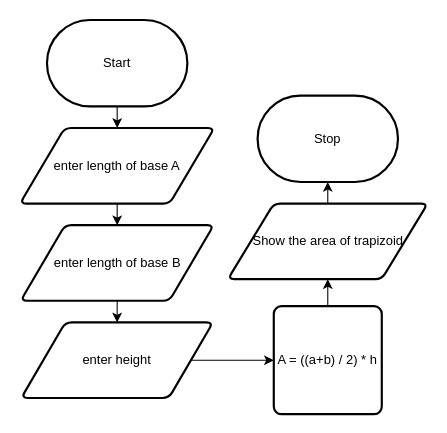
The draw.io diagram design/storyboard.drawio in Evgeny-Vovk/ICS2O-Unit3-01-HTML, before the edit. Source tidied: cells renumbered, new cells numbered last; positions are measured from the earlier drawing's top-left corner, leaving out a move shared by most shapes. Both pictures are drawn from the tidied source at 108%, with x=0, y=0 at pixel (19, 19).
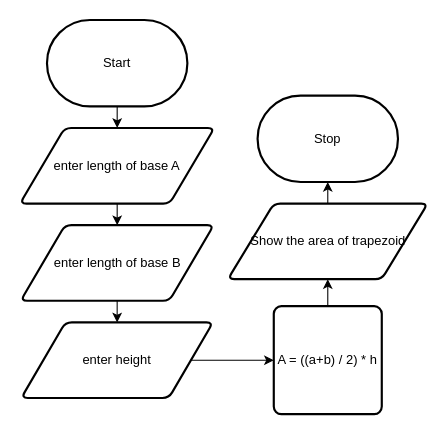
The same page after the edit.

Change to the diagram source:
```diff
@@
 <mxGraphModel>
   <root>
     <mxCell id="0" />
     <mxCell id="1" parent="0" />
     <mxCell id="2" style="edgeStyle=none;html=1;exitX=0.5;exitY=1;exitDx=0;exitDy=0;exitPerimeter=0;entryX=0.5;entryY=0;entryDx=0;entryDy=0;" parent="1" edge="1" source="3" target="6">
       <mxGeometry relative="1" as="geometry" />
     </mxCell>
     <mxCell id="3" value="Start" style="strokeWidth=2;html=1;shape=mxgraph.flowchart.terminator;whiteSpace=wrap;" parent="1" vertex="1">
       <mxGeometry x="25" width="130" height="80" as="geometry" />
     </mxCell>
     <mxCell id="4" value="Stop" style="strokeWidth=2;html=1;shape=mxgraph.flowchart.terminator;whiteSpace=wrap;" parent="1" vertex="1">
       <mxGeometry x="220" y="70" width="130" height="80" as="geometry" />
     </mxCell>
     <mxCell id="5" style="edgeStyle=none;html=1;exitX=0.5;exitY=1;exitDx=0;exitDy=0;entryX=0.5;entryY=0;entryDx=0;entryDy=0;" parent="1" edge="1" source="6" target="8">
       <mxGeometry relative="1" as="geometry" />
     </mxCell>
     <mxCell id="6" value="enter length of base A" style="shape=parallelogram;html=1;strokeWidth=2;perimeter=parallelogramPerimeter;whiteSpace=wrap;rounded=1;arcSize=12;size=0.23;" parent="1" vertex="1">
       <mxGeometry y="100" width="180" height="70" as="geometry" />
     </mxCell>
     <mxCell id="7" style="edgeStyle=none;html=1;exitX=0.5;exitY=1;exitDx=0;exitDy=0;entryX=0.5;entryY=0;entryDx=0;entryDy=0;" parent="1" edge="1" source="8" target="10">
       <mxGeometry relative="1" as="geometry" />
     </mxCell>
     <mxCell id="8" value="enter length of base B" style="shape=parallelogram;html=1;strokeWidth=2;perimeter=parallelogramPerimeter;whiteSpace=wrap;rounded=1;arcSize=12;size=0.23;" parent="1" vertex="1">
       <mxGeometry x="0.6" y="190" width="178.8" height="70" as="geometry" />
     </mxCell>
     <mxCell id="9" style="edgeStyle=none;html=1;exitX=1;exitY=0.5;exitDx=0;exitDy=0;" parent="1" edge="1" source="10" target="12">
       <mxGeometry relative="1" as="geometry" />
     </mxCell>
     <mxCell id="10" value="enter height" style="shape=parallelogram;html=1;strokeWidth=2;perimeter=parallelogramPerimeter;whiteSpace=wrap;rounded=1;arcSize=12;size=0.23;" parent="1" vertex="1">
       <mxGeometry x="1.2" y="280" width="177.5" height="70" as="geometry" />
     </mxCell>
     <mxCell id="11" style="edgeStyle=none;html=1;entryX=0.5;entryY=1;entryDx=0;entryDy=0;" parent="1" edge="1" source="12" target="14">
       <mxGeometry relative="1" as="geometry" />
     </mxCell>
     <mxCell id="12" value="A = ((a+b) / 2) * h" style="rounded=1;whiteSpace=wrap;html=1;absoluteArcSize=1;arcSize=14;strokeWidth=2;" parent="1" vertex="1">
       <mxGeometry x="235" y="265" width="100" height="100" as="geometry" />
     </mxCell>
     <mxCell id="13" style="edgeStyle=none;html=1;exitX=0.5;exitY=0;exitDx=0;exitDy=0;entryX=0.5;entryY=1;entryDx=0;entryDy=0;entryPerimeter=0;" parent="1" edge="1" source="14" target="4">
       <mxGeometry relative="1" as="geometry" />
     </mxCell>
-    <mxCell id="14" value="Show the area of trapizoid" style="shape=parallelogram;html=1;strokeWidth=2;perimeter=parallelogramPerimeter;whiteSpace=wrap;rounded=1;arcSize=12;size=0.23;" parent="1" vertex="1">
+    <mxCell id="14" value="Show the area of trapezoid" style="shape=parallelogram;html=1;strokeWidth=2;perimeter=parallelogramPerimeter;whiteSpace=wrap;rounded=1;arcSize=12;size=0.23;" parent="1" vertex="1">
       <mxGeometry x="192.5" y="170" width="185" height="70" as="geometry" />
     </mxCell>
   </root>
 </mxGraphModel>
```
